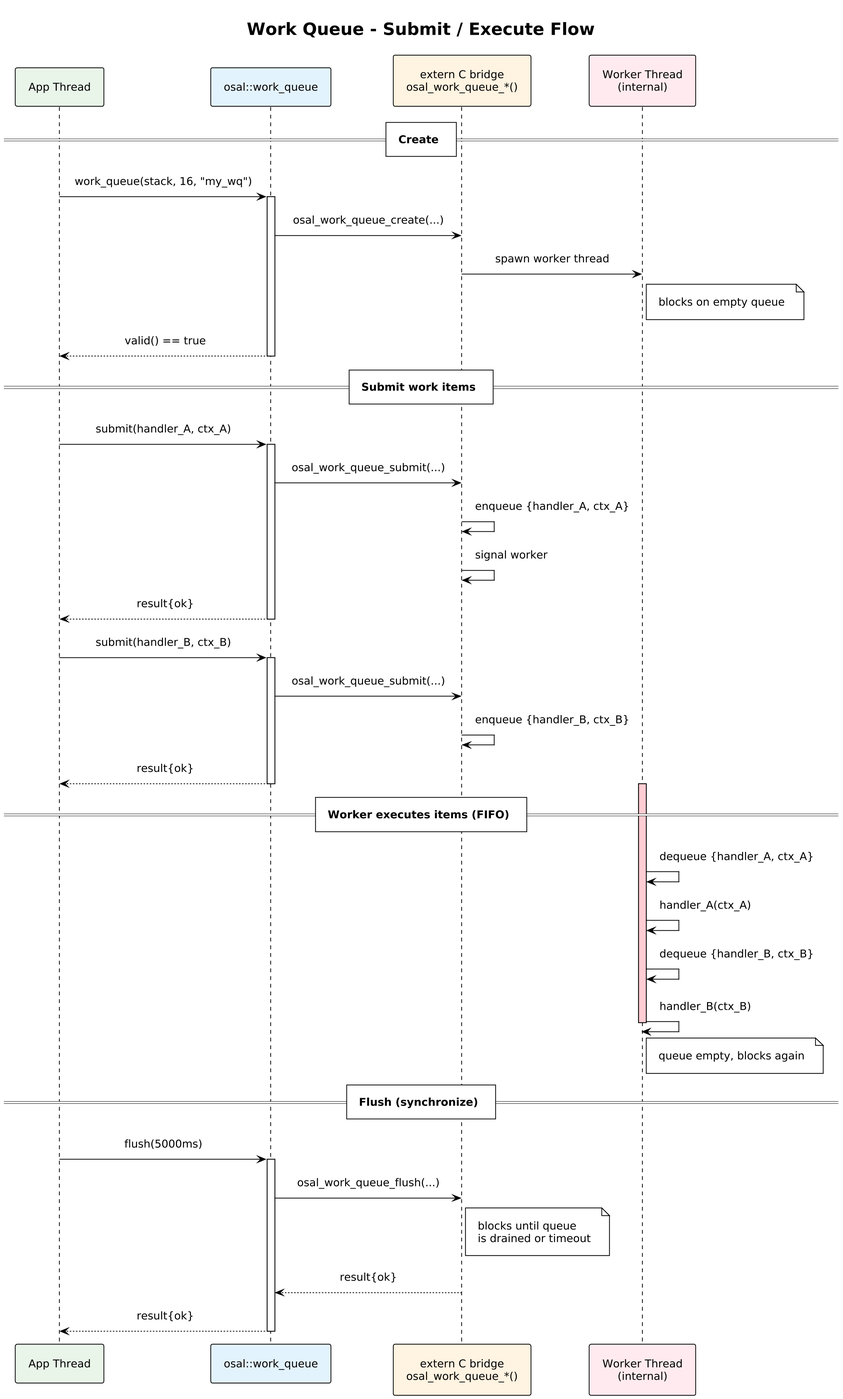
This is docs/diagrams/print/sequence_work_queue.png from jwbmwv/micrOSAL, a PlantUML export, as it was before one commit. Its diagram source:
```plantuml
@startuml sequence_work_queue
!theme plain
!include /home/jbaldwin/Projects/micrOSAL/docs/diagrams/_render_profile_print.puml
skinparam backgroundColor #FEFEFE
skinparam defaultFontName "Segoe UI"
skinparam sequenceMessageAlign center

title Work Queue - Submit / Execute Flow

participant "App Thread" as app #E8F5E9
participant "osal::work_queue" as wq #E3F2FD
participant "extern C bridge\nosal_work_queue_*()" as bridge #FFF3E0
participant "Worker Thread\n(internal)" as worker #FFEBEE

== Create ==

app -> wq : work_queue(stack, 16, "my_wq")
activate wq
wq -> bridge : osal_work_queue_create(...)
bridge -> worker : spawn worker thread
note right of worker : blocks on empty queue
wq --> app : valid() == true
deactivate wq

== Submit work items ==

app -> wq : submit(handler_A, ctx_A)
activate wq
wq -> bridge : osal_work_queue_submit(...)
bridge -> bridge : enqueue {handler_A, ctx_A}
bridge -> bridge : signal worker
wq --> app : result{ok}
deactivate wq

app -> wq : submit(handler_B, ctx_B)
activate wq
wq -> bridge : osal_work_queue_submit(...)
bridge -> bridge : enqueue {handler_B, ctx_B}
wq --> app : result{ok}
deactivate wq

== Worker executes items (FIFO) ==

activate worker #FFCDD2
worker -> worker : dequeue {handler_A, ctx_A}
worker -> worker : handler_A(ctx_A)
worker -> worker : dequeue {handler_B, ctx_B}
worker -> worker : handler_B(ctx_B)
deactivate worker
note right of worker : queue empty, blocks again

== Flush (synchronize) ==

app -> wq : flush(5000ms)
activate wq
wq -> bridge : osal_work_queue_flush(...)
note right of bridge
  blocks until queue
  is drained or timeout
end note
bridge --> wq : result{ok}
wq --> app : result{ok}
deactivate wq

@enduml
```
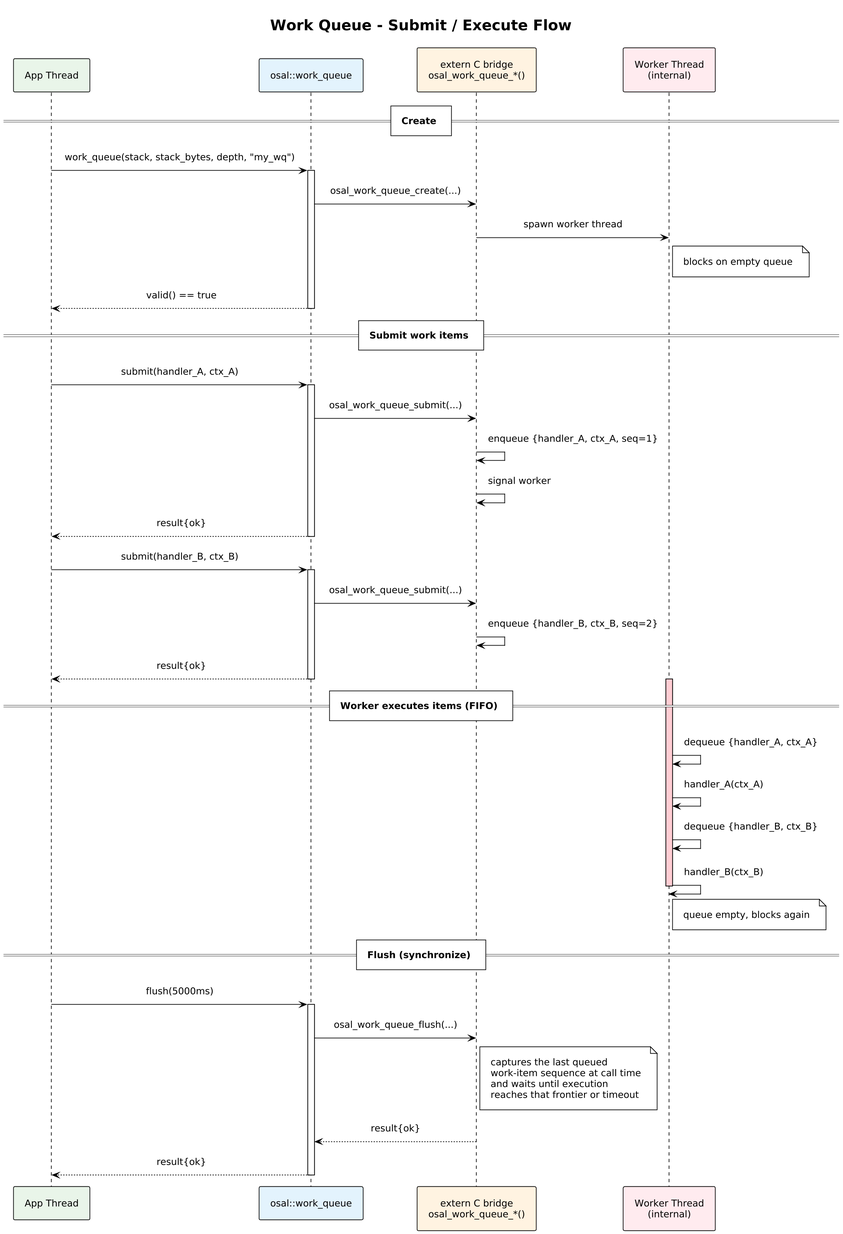
The same diagram one commit later.

Change to the diagram source:
```diff
@@ -14,7 +14,7 @@
 
 == Create ==
 
-app -> wq : work_queue(stack, 16, "my_wq")
+app -> wq : work_queue(stack, stack_bytes, depth, "my_wq")
 activate wq
 wq -> bridge : osal_work_queue_create(...)
 bridge -> worker : spawn worker thread
@@ -27,7 +27,7 @@
 app -> wq : submit(handler_A, ctx_A)
 activate wq
 wq -> bridge : osal_work_queue_submit(...)
-bridge -> bridge : enqueue {handler_A, ctx_A}
+bridge -> bridge : enqueue {handler_A, ctx_A, seq=1}
 bridge -> bridge : signal worker
 wq --> app : result{ok}
 deactivate wq
@@ -35,7 +35,7 @@
 app -> wq : submit(handler_B, ctx_B)
 activate wq
 wq -> bridge : osal_work_queue_submit(...)
-bridge -> bridge : enqueue {handler_B, ctx_B}
+bridge -> bridge : enqueue {handler_B, ctx_B, seq=2}
 wq --> app : result{ok}
 deactivate wq
 
@@ -55,8 +55,10 @@
 activate wq
 wq -> bridge : osal_work_queue_flush(...)
 note right of bridge
-  blocks until queue
-  is drained or timeout
+  captures the last queued
+  work-item sequence at call time
+  and waits until execution
+  reaches that frontier or timeout
 end note
 bridge --> wq : result{ok}
 wq --> app : result{ok}
```
